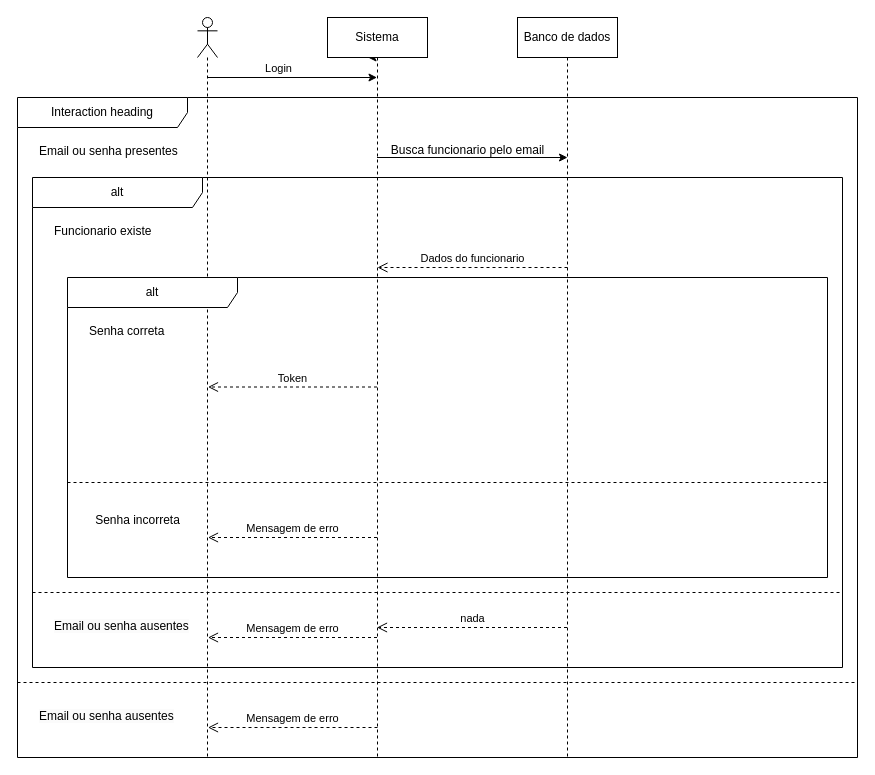
Above: page "LOGIN" (1 of 22) of diagramas/sequencias/login.drawio in antonysantos9/forja-sistema-escolar (draw.io), before the change. Source tidied: cells renumbered, new cells numbered last; positions are measured from the earlier drawing's top-left corner, leaving out a move shared by most shapes. Both pictures are drawn from the tidied source at 100%, with x=0, y=0 at pixel (17, 17).
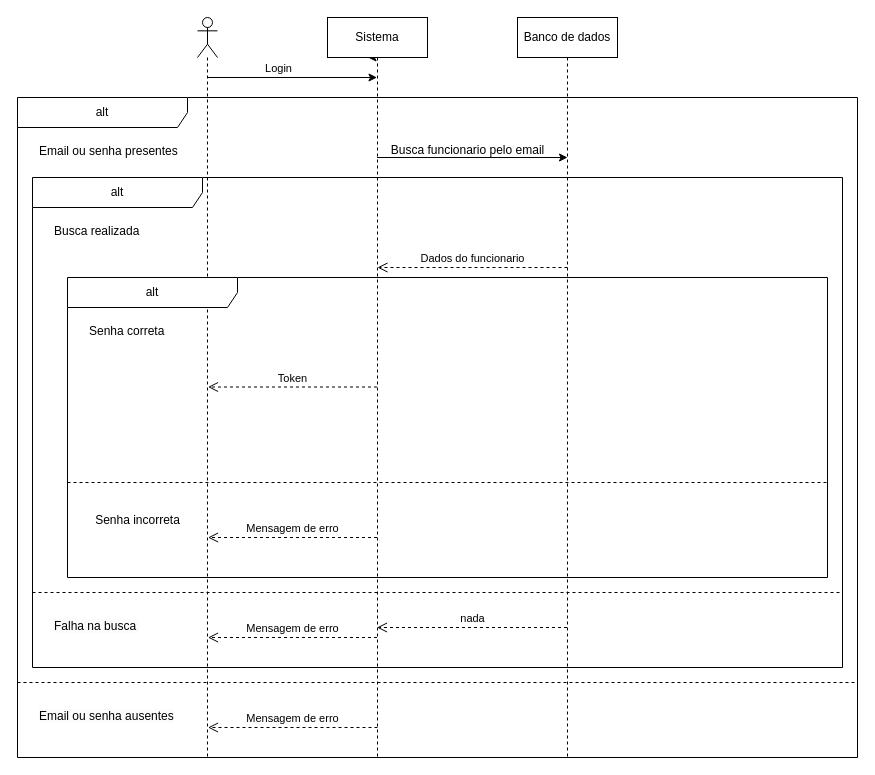
After the change.

The change refers to these unchanged cells:
```xml
<mxCell id="11" value="alt" style="shape=umlFrame;whiteSpace=wrap;html=1;width=170;" parent="5" vertex="1">
  <mxGeometry x="15" y="80" width="810" height="490" as="geometry" />
</mxCell>
```

What changed in the source:
```diff
@@
-    <mxCell id="5" value="Interaction heading" style="shape=umlFrame;whiteSpace=wrap;html=1;width=170;" parent="1" vertex="1">
+    <mxCell id="5" value="alt" style="shape=umlFrame;whiteSpace=wrap;html=1;width=170;" parent="1" vertex="1">
       <mxGeometry y="80" width="840" height="660" as="geometry" />
     </mxCell>
@@
-    <mxCell id="12" value="Funcionario existe" style="text;html=1;" parent="11" vertex="1">
+    <mxCell id="12" value="Busca realizada" style="text;html=1;" parent="11" vertex="1">
       <mxGeometry width="100" height="20" relative="1" as="geometry">
         <mxPoint x="20" y="40" as="offset" />
       </mxGeometry>
     </mxCell>
-    <mxCell id="13" value="&lt;span style=&quot;color: rgb(0, 0, 0); white-space: nowrap; background-color: rgb(251, 251, 251);&quot;&gt;Email ou senha ausentes&lt;/span&gt;" style="line;strokeWidth=1;dashed=1;labelPosition=center;verticalLabelPosition=bottom;align=left;verticalAlign=top;spacingLeft=20;spacingTop=15;html=1;whiteSpace=wrap;" parent="11" vertex="1">
+    <mxCell id="13" value="&lt;span style=&quot;text-wrap-mode: nowrap; background-color: rgb(251, 251, 251);&quot;&gt;Falha na busca&amp;nbsp;&lt;/span&gt;" style="line;strokeWidth=1;dashed=1;labelPosition=center;verticalLabelPosition=bottom;align=left;verticalAlign=top;spacingLeft=20;spacingTop=15;html=1;whiteSpace=wrap;" parent="11" vertex="1">
       <mxGeometry y="410" width="810" height="10" as="geometry" />
     </mxCell>
```
